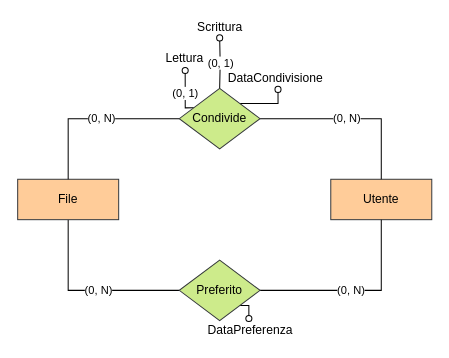
Above: page "Condivisione" (4 of 10) of Concettuale/db.drawio in alemazzo/CloudStoreDB (draw.io), before the change. Source tidied: cells renumbered, new cells numbered last; positions are measured from the earlier drawing's top-left corner, leaving out a move shared by most shapes. Both pictures are drawn from the tidied source at 101%, with x=0, y=0 at pixel (17, 17).
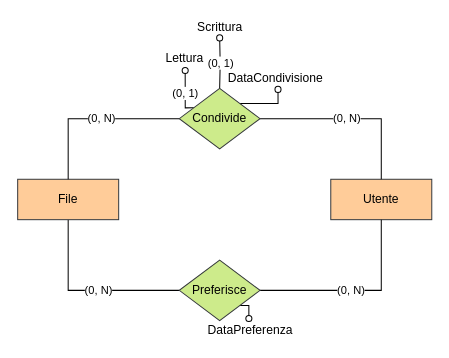
After the change.

The edit, as a diff of the source:
```diff
@@
 <mxGraphModel>
   <root>
     <mxCell id="0" />
     <mxCell id="1" parent="0" />
     <mxCell id="2" value="(0, N)" style="edgeStyle=orthogonalEdgeStyle;rounded=0;jettySize=auto;html=1;exitX=0.5;exitY=1;exitDx=0;exitDy=0;entryX=0;entryY=0.5;entryDx=0;entryDy=0;endArrow=none;endFill=0;" parent="1" edge="1" source="3" target="16">
       <mxGeometry x="0.11" relative="1" as="geometry" />
     </mxCell>
     <mxCell id="3" value="File" style="whiteSpace=wrap;html=1;align=center;fillColor=#ffcc99;strokeColor=#36393d;" parent="1" vertex="1">
       <mxGeometry y="160" width="100" height="40" as="geometry" />
     </mxCell>
     <mxCell id="4" value="Utente" style="whiteSpace=wrap;html=1;align=center;fillColor=#ffcc99;strokeColor=#36393d;" parent="1" vertex="1">
       <mxGeometry x="310" y="160" width="100" height="40" as="geometry" />
     </mxCell>
     <mxCell id="5" value="(0, 1)" style="edgeStyle=orthogonalEdgeStyle;rounded=0;jettySize=auto;html=1;exitX=0.18;exitY=0.321;exitDx=0;exitDy=0;entryX=0.517;entryY=1.114;entryDx=0;entryDy=0;entryPerimeter=0;startArrow=none;startFill=0;endArrow=oval;endFill=0;exitPerimeter=0;" parent="1" edge="1" source="12" target="7">
       <mxGeometry relative="1" as="geometry" />
     </mxCell>
     <mxCell id="6" value="(0, 1)" style="edgeStyle=orthogonalEdgeStyle;rounded=0;jettySize=auto;html=1;exitX=0.5;exitY=0;exitDx=0;exitDy=0;startArrow=none;startFill=0;endArrow=oval;endFill=0;" parent="1" edge="1" target="8">
       <mxGeometry relative="1" as="geometry">
         <mxPoint x="200" y="70" as="sourcePoint" />
       </mxGeometry>
     </mxCell>
     <mxCell id="7" value="Lettura" style="text;html=1;align=center;verticalAlign=middle;points=[];strokeColor=none;" parent="1" vertex="1">
       <mxGeometry x="140" y="30" width="50" height="20" as="geometry" />
     </mxCell>
     <mxCell id="8" value="Scrittura" style="text;html=1;align=center;verticalAlign=middle;points=[];strokeColor=none;" parent="1" vertex="1">
       <mxGeometry x="170" width="60" height="20" as="geometry" />
     </mxCell>
     <mxCell id="9" style="edgeStyle=orthogonalEdgeStyle;rounded=0;jettySize=auto;html=1;exitX=1;exitY=0;exitDx=0;exitDy=0;entryX=0.525;entryY=1.05;entryDx=0;entryDy=0;entryPerimeter=0;endArrow=oval;endFill=0;" parent="1" edge="1" source="12" target="13">
       <mxGeometry relative="1" as="geometry">
         <Array as="points">
           <mxPoint x="258" y="85" />
         </Array>
       </mxGeometry>
     </mxCell>
     <mxCell id="10" value="(0, N)" style="edgeStyle=orthogonalEdgeStyle;rounded=0;jettySize=auto;html=1;exitX=1;exitY=0.5;exitDx=0;exitDy=0;entryX=0.5;entryY=0;entryDx=0;entryDy=0;endArrow=none;endFill=0;" parent="1" edge="1" source="12" target="4">
       <mxGeometry x="-0.05" relative="1" as="geometry" />
     </mxCell>
     <mxCell id="11" value="(0, N)" style="edgeStyle=orthogonalEdgeStyle;rounded=0;jettySize=auto;html=1;exitX=0;exitY=0.5;exitDx=0;exitDy=0;entryX=0.5;entryY=0;entryDx=0;entryDy=0;endArrow=none;endFill=0;" parent="1" edge="1" source="12" target="3">
       <mxGeometry x="-0.1" relative="1" as="geometry" />
     </mxCell>
     <mxCell id="12" value="Condivide" style="shape=rhombus;perimeter=rhombusPerimeter;whiteSpace=wrap;html=1;align=center;fillColor=#cdeb8b;strokeColor=#36393d;" parent="1" vertex="1">
       <mxGeometry x="160" y="70" width="80" height="60" as="geometry" />
     </mxCell>
     <mxCell id="13" value="DataCondivisione" style="text;html=1;align=center;verticalAlign=middle;points=[];strokeColor=none;" parent="1" vertex="1">
       <mxGeometry x="200" y="50" width="110" height="20" as="geometry" />
     </mxCell>
     <mxCell id="14" value="(0, N)" style="edgeStyle=orthogonalEdgeStyle;rounded=0;jettySize=auto;html=1;exitX=1;exitY=0.5;exitDx=0;exitDy=0;entryX=0.5;entryY=1;entryDx=0;entryDy=0;endArrow=none;endFill=0;" parent="1" edge="1" source="16" target="4">
       <mxGeometry x="-0.05" relative="1" as="geometry" />
     </mxCell>
     <mxCell id="15" style="edgeStyle=orthogonalEdgeStyle;rounded=0;jettySize=auto;html=1;exitX=1;exitY=1;exitDx=0;exitDy=0;entryX=0.489;entryY=-0.107;entryDx=0;entryDy=0;entryPerimeter=0;endArrow=oval;endFill=0;" parent="1" edge="1" source="16" target="17">
       <mxGeometry relative="1" as="geometry" />
     </mxCell>
-    <mxCell id="16" value="Preferito" style="shape=rhombus;perimeter=rhombusPerimeter;whiteSpace=wrap;html=1;align=center;fillColor=#cdeb8b;strokeColor=#36393d;" parent="1" vertex="1">
+    <mxCell id="16" value="Preferisce" style="shape=rhombus;perimeter=rhombusPerimeter;whiteSpace=wrap;html=1;align=center;fillColor=#cdeb8b;strokeColor=#36393d;" parent="1" vertex="1">
       <mxGeometry x="160" y="240" width="80" height="60" as="geometry" />
     </mxCell>
     <mxCell id="17" value="DataPreferenza" style="text;html=1;align=center;verticalAlign=middle;points=[];strokeColor=none;" parent="1" vertex="1">
       <mxGeometry x="180" y="300" width="100" height="20" as="geometry" />
     </mxCell>
   </root>
 </mxGraphModel>
```
